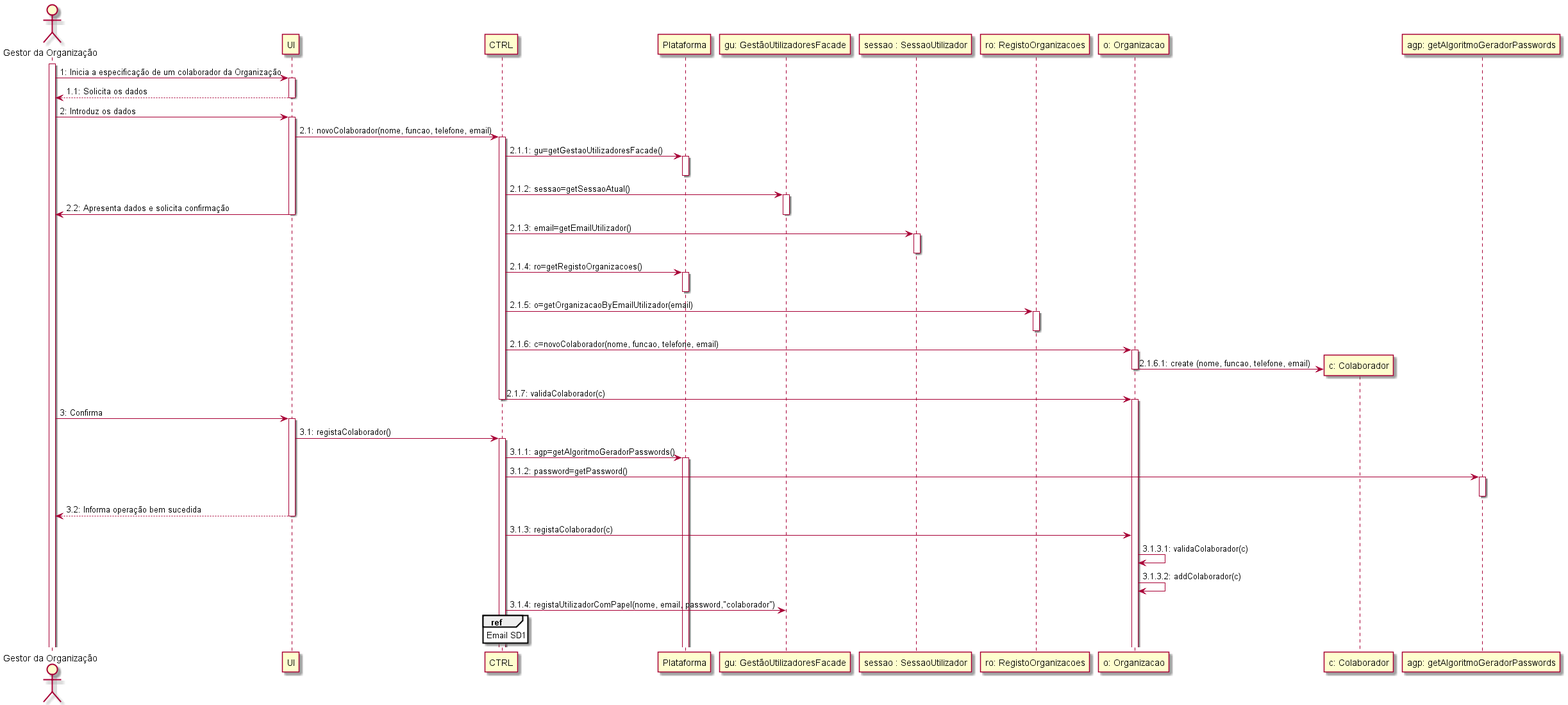
blestonbandeiraUPSKILL/upskill_java1_labprg_grupo2 keeps this PlantUML diagram as Sprint 2/UC05_Especificar_Colaborador_Organizacao/UC05_DiagSeq_Especificar_Colaborador.png. Above is the earlier version.
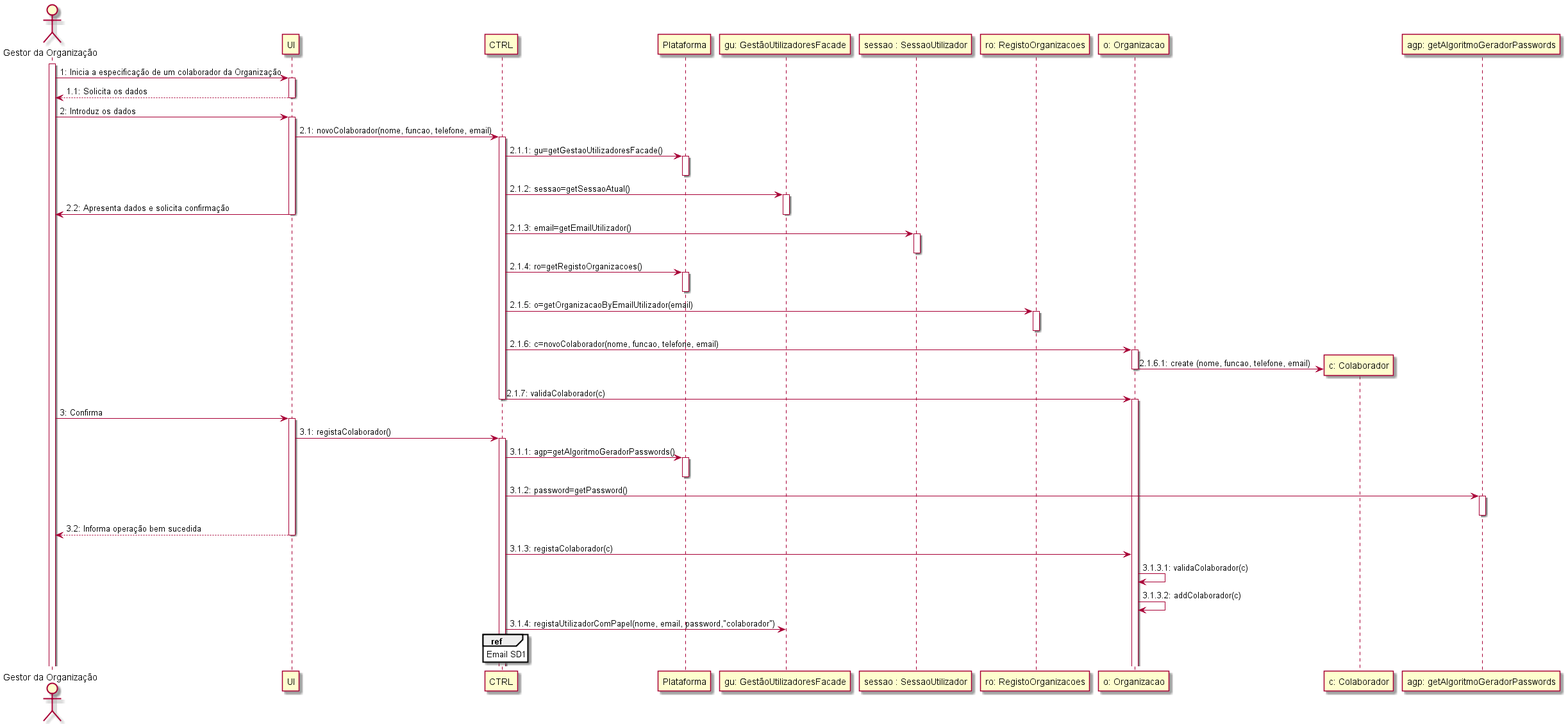
The same file after the commit.

Change to the diagram source:
```diff
@@ -43,6 +43,7 @@
 activate CTRL
 CTRL -> Plataforma : 3.1.1: agp=getAlgoritmoGeradorPasswords()
 activate Plataforma
+deactivate Plataforma
 CTRL -> "agp: getAlgoritmoGeradorPasswords" : 3.1.2: password=getPassword()
 activate "agp: getAlgoritmoGeradorPasswords"
 deactivate "agp: getAlgoritmoGeradorPasswords"
```
